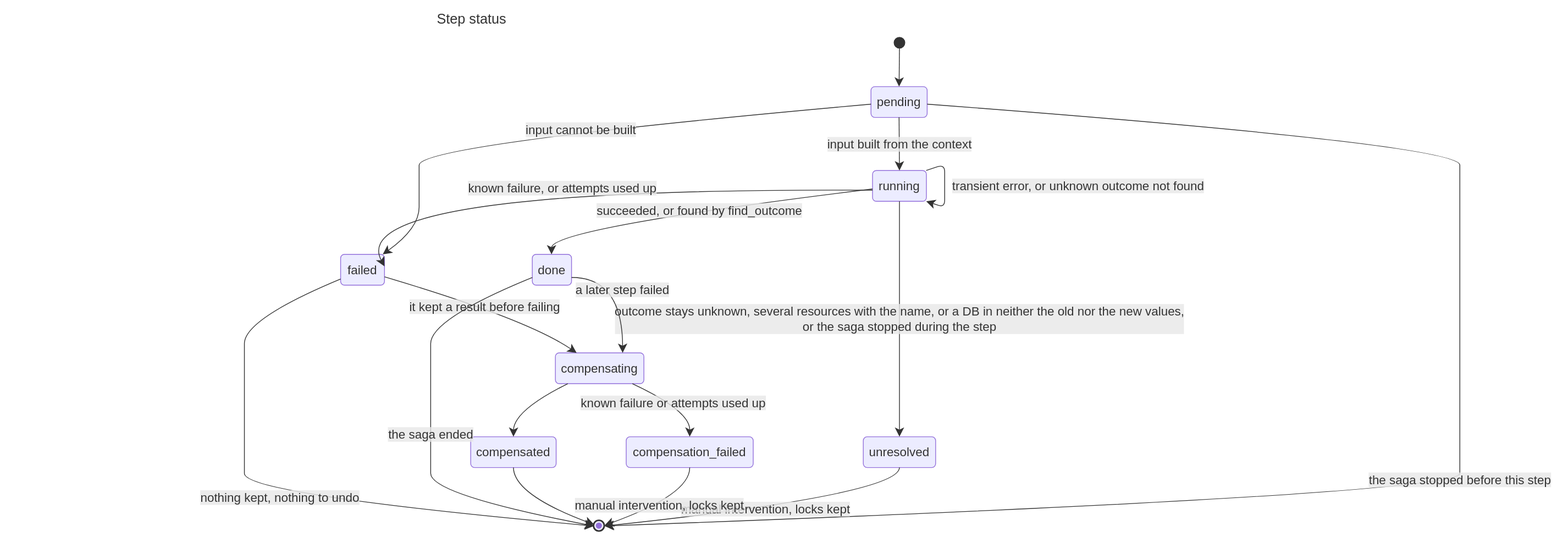
EliShteinman/redis-enterprise-services keeps this draw.io diagram as docs/diagrams/15-state-step.drawio.svg. Above is the earlier version. Source tidied: cells renumbered, new cells last; positions are measured from the earlier drawing's top-left corner, leaving out a move shared by most shapes.
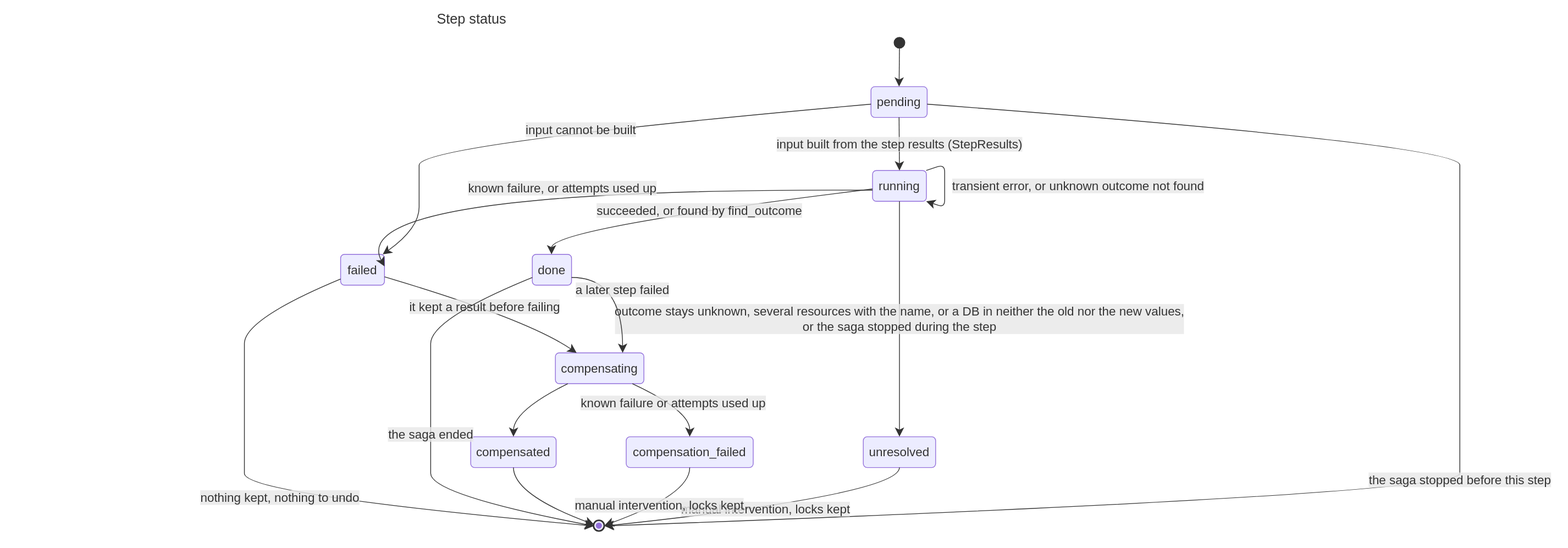
After the commit.

What changed in the source:
```diff
@@ -50,7 +50,7 @@
         </Array>
       </mxGeometry>
     </mxCell>
-    <mxCell id="14" value="input built from the context" style="curved=1;startArrow=none;endArrow=classic;endSize=9;fillColor=none;strokeColor=light-dark(#333333,#cccccc);html=1;fontSize=16;labelBackgroundColor=#E8E8E88D;fontFamily=Trebuchet MS,Verdana,Arial,sans-serif;fontColor=light-dark(#333333,#cccccc);exitX=0.5;exitY=1;entryX=0.5;entryY=0;" parent="1" edge="1" source="3" target="5">
+    <mxCell id="14" value="input built from the step results (StepResults)" style="curved=1;startArrow=none;endArrow=classic;endSize=9;fillColor=none;strokeColor=light-dark(#333333,#cccccc);html=1;fontSize=16;labelBackgroundColor=#E8E8E88D;fontFamily=Trebuchet MS,Verdana,Arial,sans-serif;fontColor=light-dark(#333333,#cccccc);exitX=0.5;exitY=1;entryX=0.5;entryY=0;" parent="1" edge="1" source="3" target="5">
       <mxGeometry relative="1" as="geometry" />
     </mxCell>
     <mxCell id="15" value="input cannot be built" style="curved=1;startArrow=none;endArrow=classic;endSize=9;fillColor=none;strokeColor=light-dark(#333333,#cccccc);html=1;fontSize=16;labelBackgroundColor=#E8E8E88D;fontFamily=Trebuchet MS,Verdana,Arial,sans-serif;fontColor=light-dark(#333333,#cccccc);exitX=0;exitY=0.57;entryX=0.96;entryY=0;" parent="1" edge="1" source="3" target="6">
```
